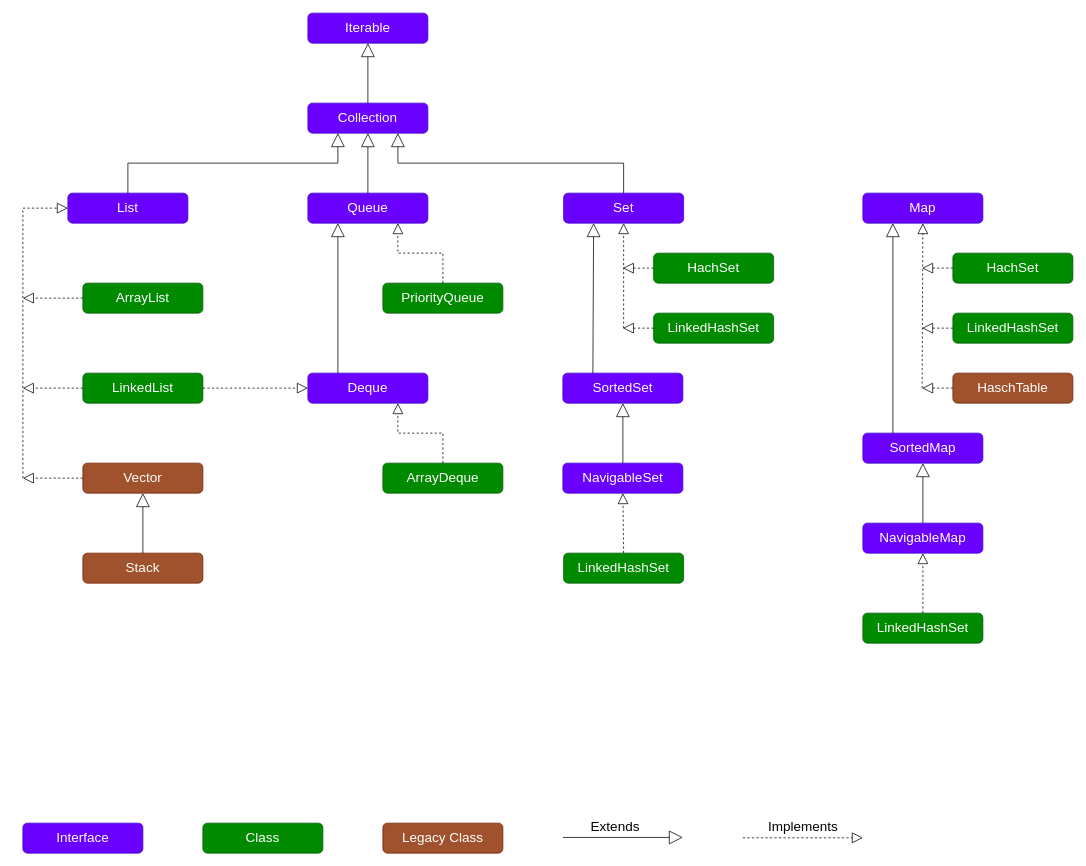
Before: src/main/resources/Collections.drawio in SichniyAndriy/Avada_Task-6_Data_structures, a draw.io diagram. Source tidied: cells renumbered, new cells numbered last; positions are measured from the earlier drawing's top-left corner, leaving out a move shared by most shapes. Both pictures are drawn from the tidied source at 75%, with x=0, y=0 at pixel (22, 13).
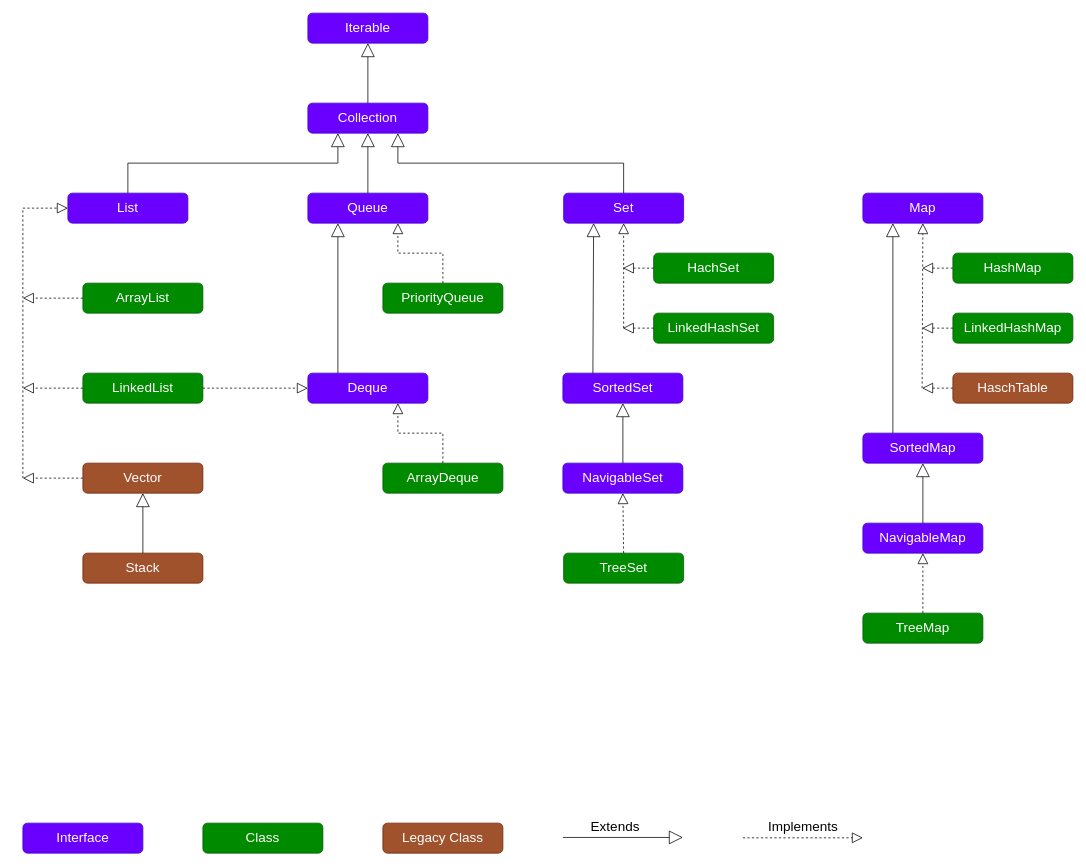
Above is the later version.

The edit, as a diff of the source:
```diff
@@
-    <mxCell id="38" value="&lt;span style=&quot;font-size: 18px;&quot;&gt;LinkedHashSet&lt;/span&gt;" style="rounded=1;whiteSpace=wrap;html=1;fillColor=#008a00;fontColor=#ffffff;strokeColor=#005700;" parent="1" vertex="1">
+    <mxCell id="38" value="&lt;span style=&quot;font-size: 18px;&quot;&gt;TreeSet&lt;/span&gt;" style="rounded=1;whiteSpace=wrap;html=1;fillColor=#008a00;fontColor=#ffffff;strokeColor=#005700;" parent="1" vertex="1">
       <mxGeometry x="721" y="720" width="160" height="40" as="geometry" />
     </mxCell>
@@
-    <mxCell id="41" value="&lt;font style=&quot;font-size: 18px;&quot;&gt;HachSet&lt;/font&gt;" style="rounded=1;whiteSpace=wrap;html=1;fillColor=#008a00;fontColor=#ffffff;strokeColor=#005700;" parent="1" vertex="1">
+    <mxCell id="41" value="&lt;span style=&quot;font-size: 18px;&quot;&gt;HashMap&lt;/span&gt;" style="rounded=1;whiteSpace=wrap;html=1;fillColor=#008a00;fontColor=#ffffff;strokeColor=#005700;" parent="1" vertex="1">
       <mxGeometry x="1240" y="320" width="160" height="40" as="geometry" />
     </mxCell>
-    <mxCell id="42" value="&lt;span style=&quot;font-size: 18px;&quot;&gt;LinkedHashSet&lt;/span&gt;" style="rounded=1;whiteSpace=wrap;html=1;fillColor=#008a00;fontColor=#ffffff;strokeColor=#005700;" parent="1" vertex="1">
+    <mxCell id="42" value="&lt;span style=&quot;font-size: 18px;&quot;&gt;LinkedHashMap&lt;br&gt;&lt;/span&gt;" style="rounded=1;whiteSpace=wrap;html=1;fillColor=#008a00;fontColor=#ffffff;strokeColor=#005700;" parent="1" vertex="1">
       <mxGeometry x="1240" y="400" width="160" height="40" as="geometry" />
     </mxCell>
@@
-    <mxCell id="52" value="&lt;span style=&quot;font-size: 18px;&quot;&gt;LinkedHashSet&lt;/span&gt;" style="rounded=1;whiteSpace=wrap;html=1;fillColor=#008a00;fontColor=#ffffff;strokeColor=#005700;" parent="1" vertex="1">
+    <mxCell id="52" value="&lt;span style=&quot;font-size: 18px;&quot;&gt;TreeMap&lt;/span&gt;" style="rounded=1;whiteSpace=wrap;html=1;fillColor=#008a00;fontColor=#ffffff;strokeColor=#005700;" parent="1" vertex="1">
       <mxGeometry x="1120" y="800" width="160" height="40" as="geometry" />
     </mxCell>
```
